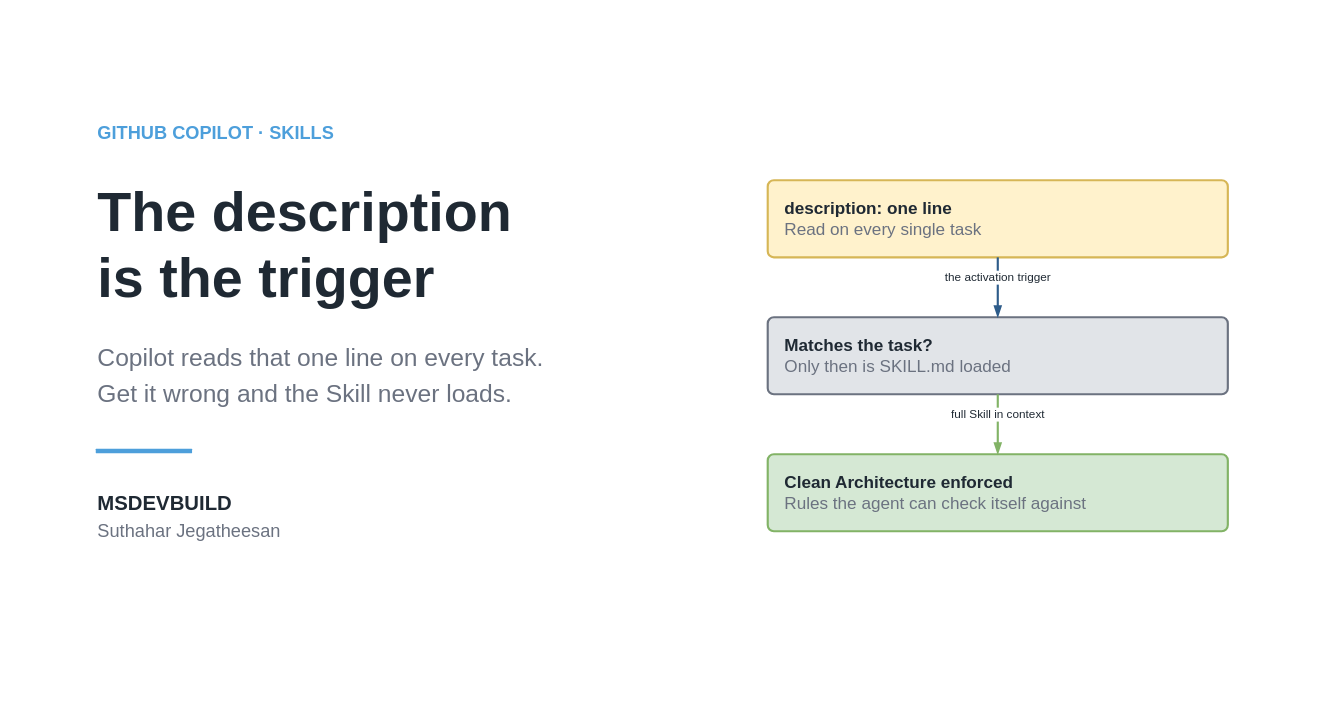
Before: src/content/blog/github-copilot-skills/build-first-github-copilot-skill-dotnet-clean-architecture/diagrams/build-first-github-copilot-skill-dotnet-clean-architecture-cover.drawio in jssuthahar/blog, a draw.io diagram. Source tidied: cells renumbered, new cells numbered last; positions are measured from the earlier drawing's top-left corner, leaving out a move shared by most shapes. Both pictures are drawn from the tidied source at 107%, with x=0, y=0 at pixel (18, 18).
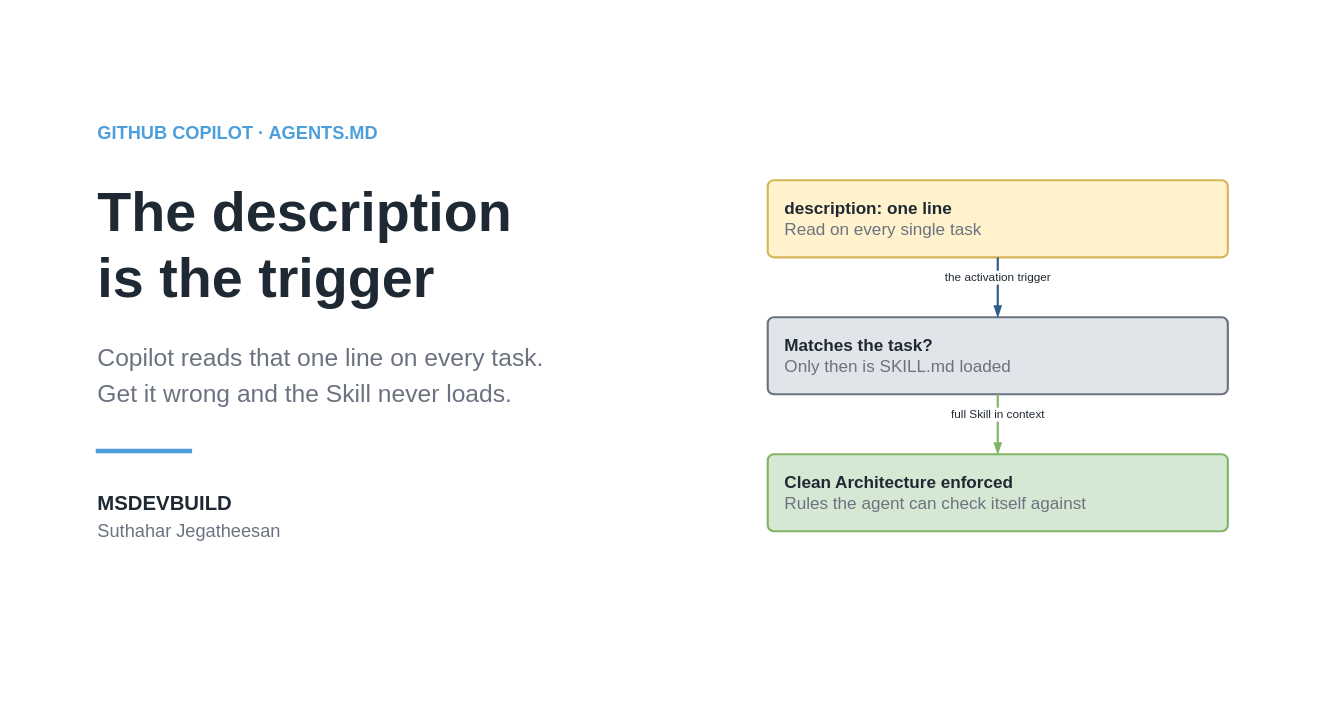
The same diagram, later.

Diff of the diagram source:
```diff
@@
 <mxGraphModel>
   <root>
     <mxCell id="0" />
     <mxCell id="1" parent="0" />
     <mxCell id="2" style="rounded=0;whiteSpace=wrap;html=1;fillColor=#FFFFFF;strokeColor=none;" parent="1" vertex="1">
       <mxGeometry width="1200" height="630" as="geometry" />
     </mxCell>
     <mxCell id="3" style="rounded=1;arcSize=8;whiteSpace=wrap;html=1;fillColor=#FFFFFF;strokeColor=none;strokeWidth=2;fontSize=12;fontColor=#1F2933;align=center;" parent="1" vertex="1">
       <mxGeometry width="1200" height="630" as="geometry" />
     </mxCell>
-    <mxCell id="4" value="GITHUB COPILOT · SKILLS" style="text;html=1;align=left;verticalAlign=middle;fontSize=17;fontColor=#4D9FDB;fontStyle=1;" parent="1" vertex="1">
+    <mxCell id="4" value="GITHUB COPILOT  ·  AGENTS.MD" style="text;html=1;align=left;verticalAlign=middle;fontSize=17;fontColor=#4D9FDB;fontStyle=1;" parent="1" vertex="1">
       <mxGeometry x="72" y="96" width="560" height="24" as="geometry" />
     </mxCell>
     <mxCell id="5" value="The description" style="text;html=1;align=left;verticalAlign=middle;fontSize=52;fontColor=#1F2933;fontStyle=1;" parent="1" vertex="1">
       <mxGeometry x="72" y="150" width="600" height="62" as="geometry" />
     </mxCell>
     <mxCell id="6" value="is the trigger" style="text;html=1;align=left;verticalAlign=middle;fontSize=52;fontColor=#1F2933;fontStyle=1;" parent="1" vertex="1">
       <mxGeometry x="72" y="212" width="600" height="62" as="geometry" />
     </mxCell>
     <mxCell id="7" value="Copilot reads that one line on every task." style="text;html=1;align=left;verticalAlign=middle;fontSize=23;fontColor=#6B7280;fontStyle=0;" parent="1" vertex="1">
       <mxGeometry x="72" y="300" width="580" height="34" as="geometry" />
     </mxCell>
     <mxCell id="8" value="Get it wrong and the Skill never loads." style="text;html=1;align=left;verticalAlign=middle;fontSize=23;fontColor=#6B7280;fontStyle=0;" parent="1" vertex="1">
       <mxGeometry x="72" y="334" width="580" height="34" as="geometry" />
     </mxCell>
     <mxCell id="9" style="rounded=1;arcSize=8;whiteSpace=wrap;html=1;fillColor=#4D9FDB;strokeColor=none;strokeWidth=2;fontSize=12;fontColor=#1F2933;align=center;" parent="1" vertex="1">
       <mxGeometry x="72" y="402" width="90" height="4" as="geometry" />
     </mxCell>
     <mxCell id="10" value="MSDEVBUILD" style="text;html=1;align=left;verticalAlign=middle;fontSize=19;fontColor=#1F2933;fontStyle=1;" parent="1" vertex="1">
       <mxGeometry x="72" y="440" width="320" height="28" as="geometry" />
     </mxCell>
     <mxCell id="11" value="Suthahar Jegatheesan" style="text;html=1;align=left;verticalAlign=middle;fontSize=17;fontColor=#6B7280;fontStyle=0;" parent="1" vertex="1">
       <mxGeometry x="72" y="468" width="320" height="24" as="geometry" />
     </mxCell>
     <mxCell id="12" value="&lt;b&gt;description: one line&lt;/b&gt;&lt;br&gt;&lt;font color='#6B7280'&gt;Read on every single task&lt;/font&gt;" style="rounded=1;arcSize=8;whiteSpace=wrap;html=1;fillColor=#FFF2CC;strokeColor=#D6B656;strokeWidth=2;fontSize=16;fontColor=#1F2933;align=left;spacingLeft=14;" parent="1" vertex="1">
       <mxGeometry x="700" y="151" width="430" height="72" as="geometry" />
     </mxCell>
     <mxCell id="13" value="&lt;b&gt;Matches the task?&lt;/b&gt;&lt;br&gt;&lt;font color='#6B7280'&gt;Only then is SKILL.md loaded&lt;/font&gt;" style="rounded=1;arcSize=8;whiteSpace=wrap;html=1;fillColor=#E1E4E8;strokeColor=#6B7280;strokeWidth=2;fontSize=16;fontColor=#1F2933;align=left;spacingLeft=14;" parent="1" vertex="1">
       <mxGeometry x="700" y="279" width="430" height="72" as="geometry" />
     </mxCell>
     <mxCell id="14" value="the activation trigger" style="html=1;rounded=0;strokeColor=#2E5C8A;strokeWidth=2;endArrow=blockThin;endFill=1;endSize=6;fontSize=11;fontColor=#1F2933;labelBackgroundColor=#FFFFFF;verticalAlign=bottom;align=center;" parent="1" edge="1">
       <mxGeometry relative="1" as="geometry">
         <mxPoint x="915" y="223" as="sourcePoint" />
         <mxPoint x="915" y="279" as="targetPoint" />
       </mxGeometry>
     </mxCell>
     <mxCell id="15" value="&lt;b&gt;Clean Architecture enforced&lt;/b&gt;&lt;br&gt;&lt;font color='#6B7280'&gt;Rules the agent can check itself against&lt;/font&gt;" style="rounded=1;arcSize=8;whiteSpace=wrap;html=1;fillColor=#D5E8D4;strokeColor=#82B366;strokeWidth=2;fontSize=16;fontColor=#1F2933;align=left;spacingLeft=14;" parent="1" vertex="1">
       <mxGeometry x="700" y="407" width="430" height="72" as="geometry" />
     </mxCell>
     <mxCell id="16" value="full Skill in context" style="html=1;rounded=0;strokeColor=#82B366;strokeWidth=2;endArrow=blockThin;endFill=1;endSize=6;fontSize=11;fontColor=#1F2933;labelBackgroundColor=#FFFFFF;verticalAlign=bottom;align=center;" parent="1" edge="1">
       <mxGeometry relative="1" as="geometry">
         <mxPoint x="915" y="351" as="sourcePoint" />
         <mxPoint x="915" y="407" as="targetPoint" />
       </mxGeometry>
     </mxCell>
   </root>
 </mxGraphModel>
```
